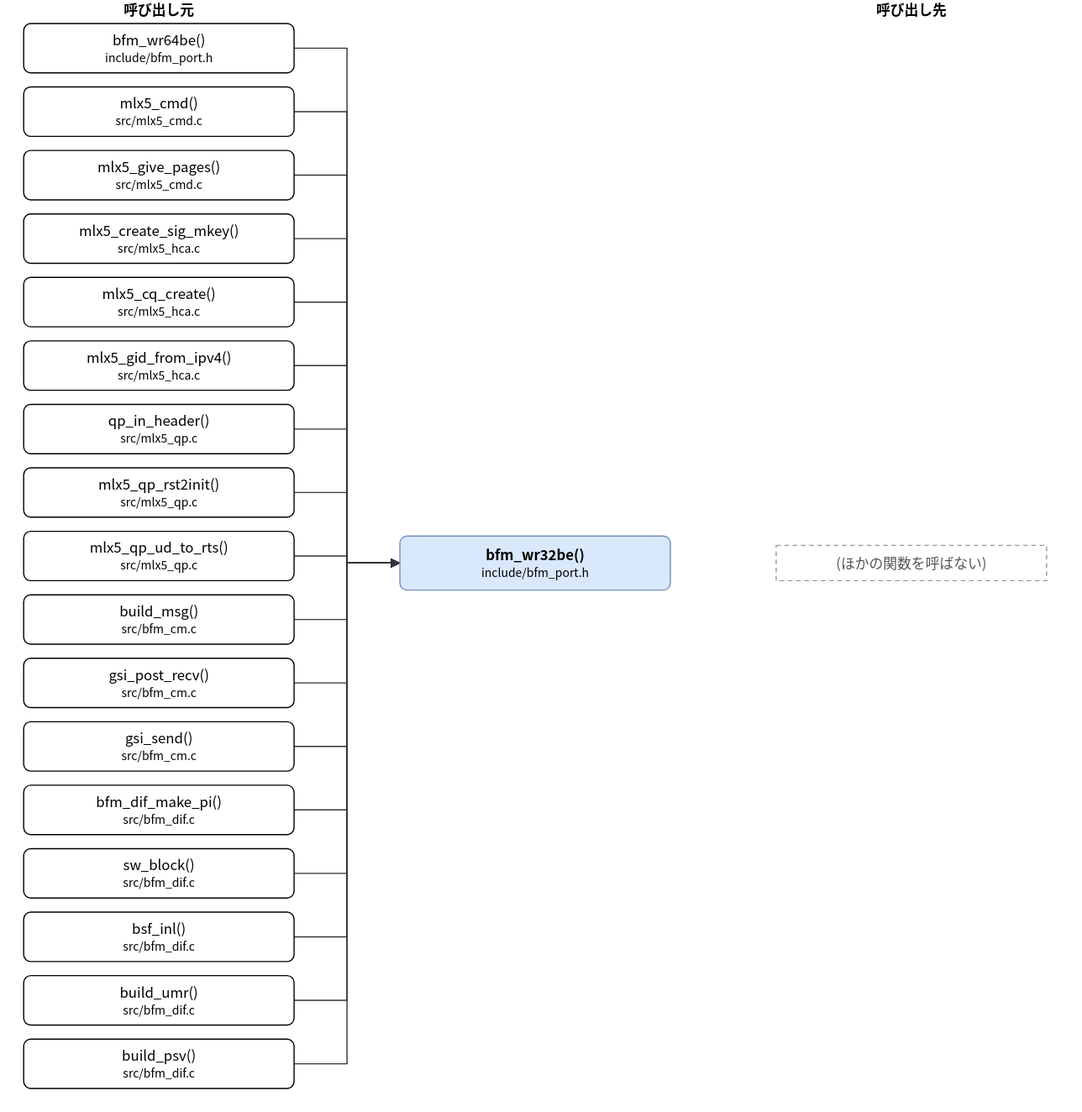
Before: doc/spec/images/call_include_bfm_port-bfm_wr32be.drawio.svg, a diagram exported from draw.io (hf355051012-ai/bfmem). Source tidied: cells renumbered, new cells last; positions are measured from the earlier drawing's top-left corner, leaving out a move shared by most shapes.
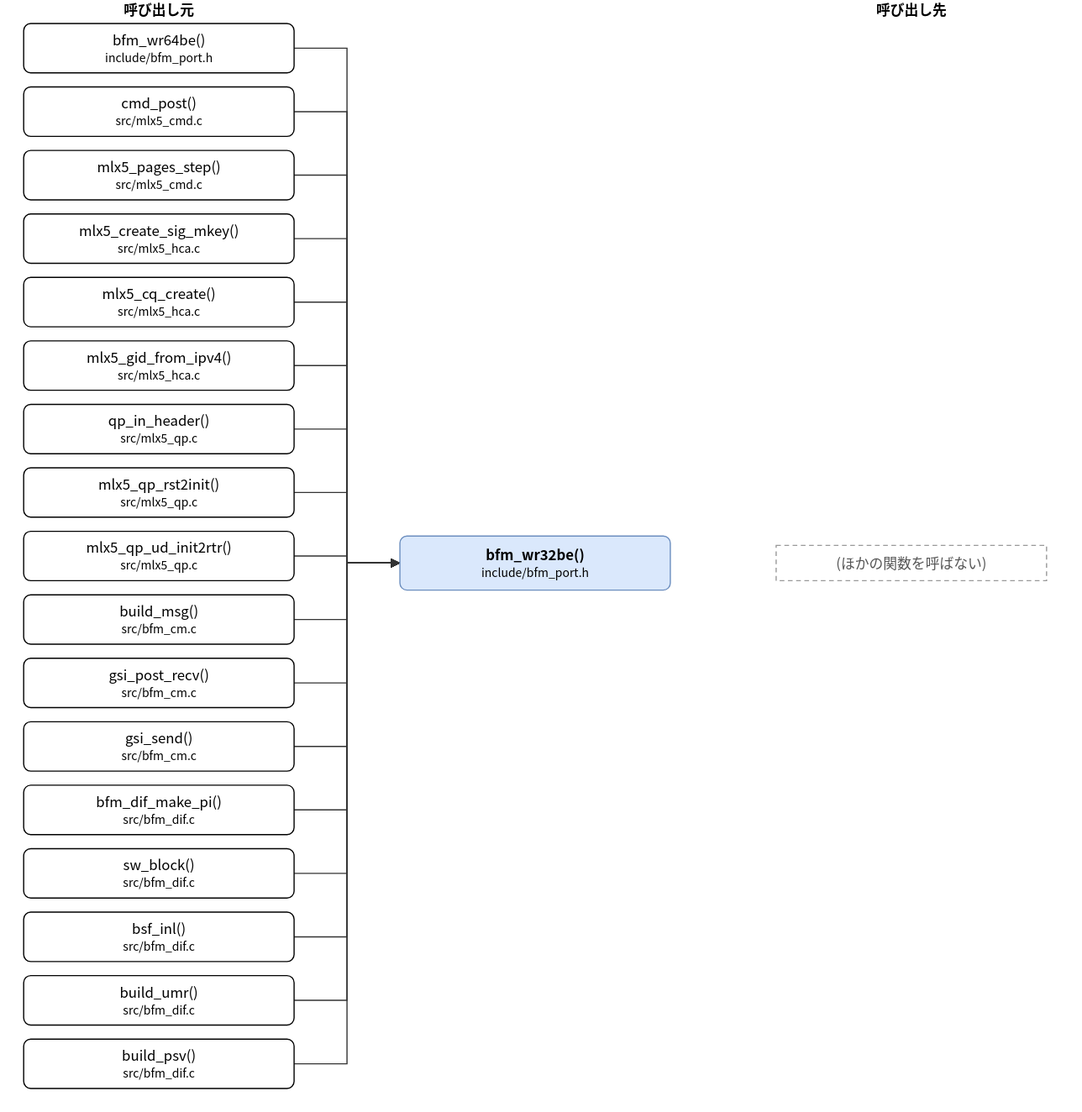
Above is the later version.

The edit, as a diff of the source:
```diff
@@ -8,10 +8,10 @@
     <mxCell id="3" value="bfm_wr64be()&lt;br&gt;&lt;font style=&quot;font-size:10px&quot;&gt;include/bfm_port.h&lt;/font&gt;" style="rounded=1;whiteSpace=wrap;html=1;" parent="1" vertex="1">
       <mxGeometry y="20" width="230" height="42" as="geometry" />
     </mxCell>
-    <mxCell id="4" value="mlx5_cmd()&lt;br&gt;&lt;font style=&quot;font-size:10px&quot;&gt;src/mlx5_cmd.c&lt;/font&gt;" style="rounded=1;whiteSpace=wrap;html=1;" parent="1" vertex="1">
+    <mxCell id="4" value="cmd_post()&lt;br&gt;&lt;font style=&quot;font-size:10px&quot;&gt;src/mlx5_cmd.c&lt;/font&gt;" style="rounded=1;whiteSpace=wrap;html=1;" parent="1" vertex="1">
       <mxGeometry y="74" width="230" height="42" as="geometry" />
     </mxCell>
-    <mxCell id="5" value="mlx5_give_pages()&lt;br&gt;&lt;font style=&quot;font-size:10px&quot;&gt;src/mlx5_cmd.c&lt;/font&gt;" style="rounded=1;whiteSpace=wrap;html=1;" parent="1" vertex="1">
+    <mxCell id="5" value="mlx5_pages_step()&lt;br&gt;&lt;font style=&quot;font-size:10px&quot;&gt;src/mlx5_cmd.c&lt;/font&gt;" style="rounded=1;whiteSpace=wrap;html=1;" parent="1" vertex="1">
       <mxGeometry y="128" width="230" height="42" as="geometry" />
     </mxCell>
     <mxCell id="6" value="mlx5_create_sig_mkey()&lt;br&gt;&lt;font style=&quot;font-size:10px&quot;&gt;src/mlx5_hca.c&lt;/font&gt;" style="rounded=1;whiteSpace=wrap;html=1;" parent="1" vertex="1">
@@ -29,7 +29,7 @@
     <mxCell id="10" value="mlx5_qp_rst2init()&lt;br&gt;&lt;font style=&quot;font-size:10px&quot;&gt;src/mlx5_qp.c&lt;/font&gt;" style="rounded=1;whiteSpace=wrap;html=1;" parent="1" vertex="1">
       <mxGeometry y="398" width="230" height="42" as="geometry" />
     </mxCell>
-    <mxCell id="11" value="mlx5_qp_ud_to_rts()&lt;br&gt;&lt;font style=&quot;font-size:10px&quot;&gt;src/mlx5_qp.c&lt;/font&gt;" style="rounded=1;whiteSpace=wrap;html=1;" parent="1" vertex="1">
+    <mxCell id="11" value="mlx5_qp_ud_init2rtr()&lt;br&gt;&lt;font style=&quot;font-size:10px&quot;&gt;src/mlx5_qp.c&lt;/font&gt;" style="rounded=1;whiteSpace=wrap;html=1;" parent="1" vertex="1">
       <mxGeometry y="452" width="230" height="42" as="geometry" />
     </mxCell>
     <mxCell id="12" value="build_msg()&lt;br&gt;&lt;font style=&quot;font-size:10px&quot;&gt;src/bfm_cm.c&lt;/font&gt;" style="rounded=1;whiteSpace=wrap;html=1;" parent="1" vertex="1">
```
